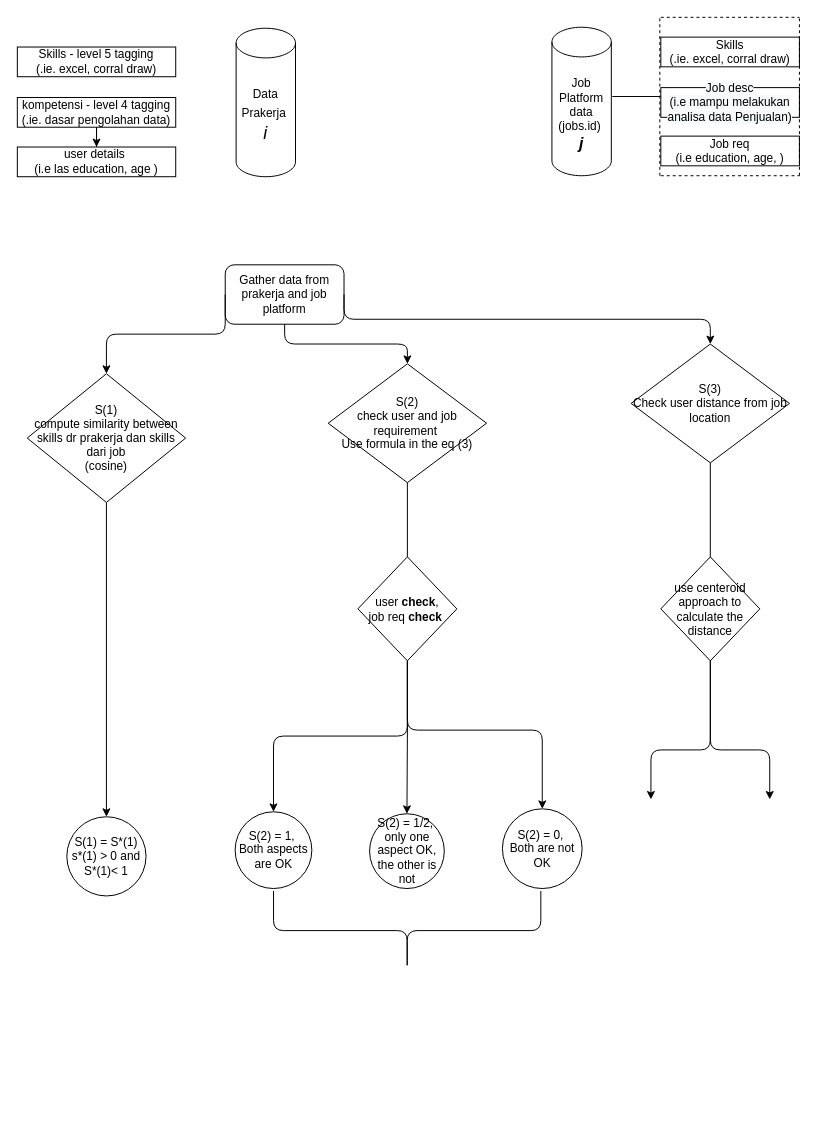
Above: Untitled Diagram.drawio in amaulana/myFirstRepo (draw.io), before the change. Source tidied: cells renumbered, new cells numbered last; positions are measured from the earlier drawing's top-left corner, leaving out a move shared by most shapes. Both pictures are drawn from the tidied source at 99%, with x=0, y=0 at pixel (17, 17).
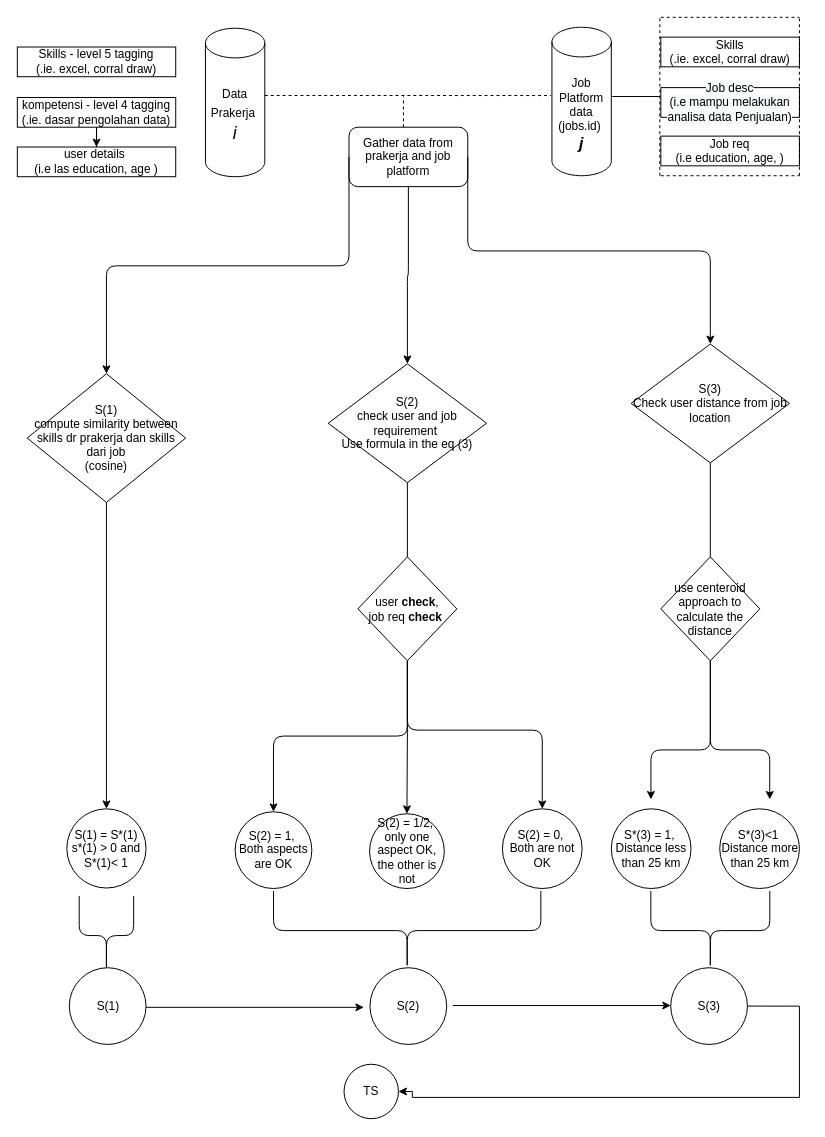
The same diagram, later.

The change refers to these unchanged cells:
```xml
<mxCell id="2" value="Job Platform data (jobs.id)&amp;nbsp;&lt;br&gt;&lt;b&gt;&lt;i&gt;&lt;font style=&quot;font-size: 16px&quot;&gt;j&lt;/font&gt;&lt;/i&gt;&lt;/b&gt;" style="shape=cylinder3;whiteSpace=wrap;html=1;boundedLbl=1;backgroundOutline=1;size=15;" parent="1" vertex="1">
  <mxGeometry x="540" y="10" width="60" height="150" as="geometry" />
</mxCell>
```

What changed in the source:
```diff
@@
     <mxCell id="11" value="Data Prakerja&amp;nbsp;&lt;font style=&quot;font-size: 18px&quot;&gt;&lt;br&gt;&lt;i&gt;i&lt;/i&gt;&lt;/font&gt;" style="shape=cylinder3;whiteSpace=wrap;html=1;boundedLbl=1;backgroundOutline=1;size=15;" parent="1" vertex="1">
-      <mxGeometry x="221" y="11" width="60" height="150" as="geometry" />
+      <mxGeometry x="190" y="11" width="60" height="150" as="geometry" />
     </mxCell>
@@
     <mxCell id="18" value="Gather data from prakerja and job platform" style="rounded=1;whiteSpace=wrap;html=1;" parent="1" vertex="1">
-      <mxGeometry x="210" y="250" width="120" height="60" as="geometry" />
+      <mxGeometry x="335" y="111" width="120" height="60" as="geometry" />
     </mxCell>
+    <mxCell id="38" style="edgeStyle=orthogonalEdgeStyle;rounded=0;jettySize=auto;html=1;exitX=0.5;exitY=0;exitDx=0;exitDy=0;" parent="1" edge="1" source="19">
+      <mxGeometry relative="1" as="geometry">
+        <mxPoint x="90" y="800" as="targetPoint" />
+      </mxGeometry>
+    </mxCell>
     <mxCell id="19" value="S(1) = S*(1)&lt;br&gt;s*(1) &amp;gt; 0 and S*(1)&amp;lt; 1" style="ellipse;whiteSpace=wrap;html=1;" parent="1" vertex="1">
-      <mxGeometry x="50" y="807.5" width="80" height="80" as="geometry" />
+      <mxGeometry x="50" y="799.5" width="80" height="80" as="geometry" />
     </mxCell>
@@
+    <mxCell id="39" value="S*(3) = 1,&amp;nbsp;&lt;br&gt;Distance less than 25 km" style="ellipse;whiteSpace=wrap;html=1;" parent="1" vertex="1">
+      <mxGeometry x="600" y="799.5" width="80.5" height="80.5" as="geometry" />
+    </mxCell>
+    <mxCell id="40" value="S*(3)&amp;lt;1&amp;nbsp;&lt;br&gt;Distance more than 25 km" style="ellipse;whiteSpace=wrap;html=1;" parent="1" vertex="1">
+      <mxGeometry x="709.5" y="799.5" width="80.5" height="80.5" as="geometry" />
+    </mxCell>
+    <mxCell id="41" style="shape=curlyBracket;whiteSpace=wrap;html=1;rounded=1;rotation=-90;" parent="1" vertex="1">
+      <mxGeometry x="660" y="862.4" width="80" height="120.2" as="geometry" />
+    </mxCell>
+    <mxCell id="42" style="shape=curlyBracket;whiteSpace=wrap;html=1;rounded=1;rotation=-90;" parent="1" vertex="1">
+      <mxGeometry x="50" y="900" width="80" height="55" as="geometry" />
+    </mxCell>
+    <mxCell id="43" value="S(2)" style="ellipse;whiteSpace=wrap;html=1;" parent="1" vertex="1">
+      <mxGeometry x="356.2" y="960" width="77.5" height="77.5" as="geometry" />
+    </mxCell>
+    <mxCell id="44" value="S(1)" style="ellipse;whiteSpace=wrap;html=1;" parent="1" vertex="1">
+      <mxGeometry x="52.5" y="960" width="77.5" height="77.5" as="geometry" />
+    </mxCell>
+    <mxCell id="45" style="edgeStyle=orthogonalEdgeStyle;rounded=0;jettySize=auto;html=1;exitX=1;exitY=0.5;exitDx=0;exitDy=0;entryX=1;entryY=0.5;entryDx=0;entryDy=0;" parent="1" edge="1" source="46" target="49">
+      <mxGeometry relative="1" as="geometry">
+        <Array as="points">
+          <mxPoint x="790" y="999" />
+          <mxPoint x="790" y="1091" />
+          <mxPoint x="399" y="1091" />
+        </Array>
+      </mxGeometry>
+    </mxCell>
+    <mxCell id="46" value="S(3)" style="ellipse;whiteSpace=wrap;html=1;" parent="1" vertex="1">
+      <mxGeometry x="660" y="960" width="77.5" height="77.5" as="geometry" />
+    </mxCell>
+    <mxCell id="47" style="endArrow=classic;html=1;" parent="1" edge="1">
+      <mxGeometry relative="1" as="geometry">
+        <mxPoint x="130" y="1000" as="sourcePoint" />
+        <mxPoint x="350" y="1000" as="targetPoint" />
+      </mxGeometry>
+    </mxCell>
+    <mxCell id="48" style="endArrow=classic;html=1;" parent="1" edge="1">
+      <mxGeometry relative="1" as="geometry">
+        <mxPoint x="440" y="998.2" as="sourcePoint" />
+        <mxPoint x="660" y="998.2" as="targetPoint" />
+      </mxGeometry>
+    </mxCell>
+    <mxCell id="49" value="TS" style="ellipse;whiteSpace=wrap;html=1;" parent="1" vertex="1">
+      <mxGeometry x="330" y="1057.5" width="55" height="55" as="geometry" />
+    </mxCell>
+    <mxCell id="50" style="endArrow=none;dashed=1;html=1;entryX=-0.017;entryY=0.46;entryDx=0;entryDy=0;entryPerimeter=0;exitX=1;exitY=0.453;exitDx=0;exitDy=0;exitPerimeter=0;" parent="1" edge="1" source="11" target="2">
+      <mxGeometry relative="1" as="geometry" />
+    </mxCell>
+    <mxCell id="51" style="endArrow=none;dashed=1;html=1;" parent="1" edge="1">
+      <mxGeometry relative="1" as="geometry">
+        <mxPoint x="390" y="111" as="sourcePoint" />
+        <mxPoint x="390" y="80" as="targetPoint" />
+        <Array as="points">
+          <mxPoint x="390" y="80" />
+        </Array>
+      </mxGeometry>
+    </mxCell>
```
